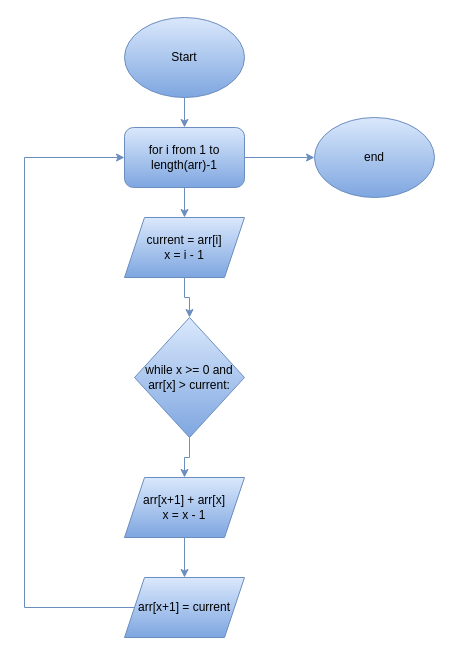
Before: insertionsortalgorithm.drawio in AjBurds/CT1Flowchart, a draw.io diagram. Source tidied: cells renumbered, new cells numbered last; positions are measured from the earlier drawing's top-left corner, leaving out a move shared by most shapes. Both pictures are drawn from the tidied source at 100%, with x=0, y=0 at pixel (24, 17).
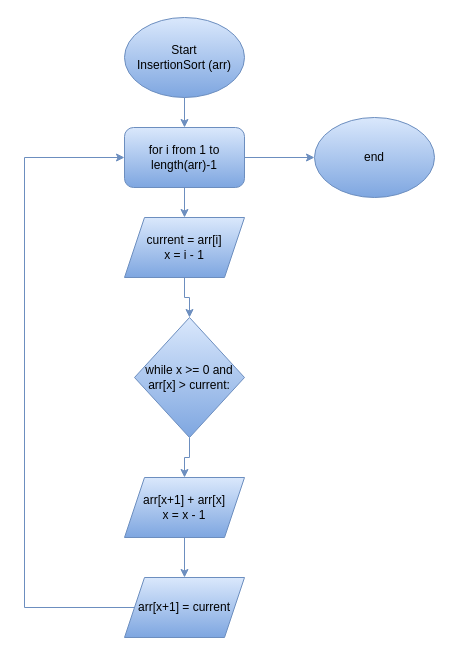
After the change.

What changed in the source:
```diff
@@
 <mxGraphModel>
   <root>
     <mxCell id="0" />
     <mxCell id="1" parent="0" />
     <mxCell id="2" style="edgeStyle=orthogonalEdgeStyle;rounded=0;jettySize=auto;html=1;fillColor=#dae8fc;gradientColor=#7ea6e0;strokeColor=#6c8ebf;" parent="1" edge="1" source="3" target="6">
       <mxGeometry relative="1" as="geometry" />
     </mxCell>
-    <mxCell id="3" value="Start" style="ellipse;whiteSpace=wrap;html=1;fillColor=#dae8fc;gradientColor=#7ea6e0;strokeColor=#6c8ebf;" parent="1" vertex="1">
+    <mxCell id="3" value="Start&lt;br&gt;InsertionSort (arr)" style="ellipse;whiteSpace=wrap;html=1;fillColor=#dae8fc;gradientColor=#7ea6e0;strokeColor=#6c8ebf;" parent="1" vertex="1">
       <mxGeometry x="100" width="120" height="80" as="geometry" />
     </mxCell>
     <mxCell id="4" style="edgeStyle=orthogonalEdgeStyle;rounded=0;jettySize=auto;html=1;fillColor=#dae8fc;gradientColor=#7ea6e0;strokeColor=#6c8ebf;" parent="1" edge="1" source="6" target="8">
       <mxGeometry relative="1" as="geometry" />
     </mxCell>
     <mxCell id="5" style="edgeStyle=orthogonalEdgeStyle;rounded=0;jettySize=auto;html=1;fillColor=#dae8fc;gradientColor=#7ea6e0;strokeColor=#6c8ebf;" parent="1" edge="1" source="6" target="15">
       <mxGeometry relative="1" as="geometry" />
     </mxCell>
     <mxCell id="6" value="for i from 1 to length(arr)-1" style="rounded=1;whiteSpace=wrap;html=1;fillColor=#dae8fc;gradientColor=#7ea6e0;strokeColor=#6c8ebf;" parent="1" vertex="1">
       <mxGeometry x="100" y="110" width="120" height="60" as="geometry" />
     </mxCell>
     <mxCell id="7" style="edgeStyle=orthogonalEdgeStyle;rounded=0;jettySize=auto;html=1;fillColor=#dae8fc;gradientColor=#7ea6e0;strokeColor=#6c8ebf;" parent="1" edge="1" source="8" target="10">
       <mxGeometry relative="1" as="geometry" />
     </mxCell>
     <mxCell id="8" value="current = arr[i]&lt;br&gt;x = i - 1" style="shape=parallelogram;perimeter=parallelogramPerimeter;whiteSpace=wrap;html=1;fixedSize=1;fillColor=#dae8fc;gradientColor=#7ea6e0;strokeColor=#6c8ebf;" parent="1" vertex="1">
       <mxGeometry x="100" y="200" width="120" height="60" as="geometry" />
     </mxCell>
     <mxCell id="9" style="edgeStyle=orthogonalEdgeStyle;rounded=0;jettySize=auto;html=1;fillColor=#dae8fc;gradientColor=#7ea6e0;strokeColor=#6c8ebf;" parent="1" edge="1" source="10" target="12">
       <mxGeometry relative="1" as="geometry" />
     </mxCell>
     <mxCell id="10" value="while x &amp;gt;= 0 and arr[x] &amp;gt; current:" style="rhombus;whiteSpace=wrap;html=1;fillColor=#dae8fc;gradientColor=#7ea6e0;strokeColor=#6c8ebf;" parent="1" vertex="1">
       <mxGeometry x="110" y="300" width="110" height="120" as="geometry" />
     </mxCell>
     <mxCell id="11" style="edgeStyle=orthogonalEdgeStyle;rounded=0;jettySize=auto;html=1;fillColor=#dae8fc;gradientColor=#7ea6e0;strokeColor=#6c8ebf;" parent="1" edge="1" source="12" target="14">
       <mxGeometry relative="1" as="geometry" />
     </mxCell>
     <mxCell id="12" value="arr[x+1] + arr[x]&lt;br&gt;x = x - 1" style="shape=parallelogram;perimeter=parallelogramPerimeter;whiteSpace=wrap;html=1;fixedSize=1;fillColor=#dae8fc;gradientColor=#7ea6e0;strokeColor=#6c8ebf;" parent="1" vertex="1">
       <mxGeometry x="100" y="460" width="120" height="60" as="geometry" />
     </mxCell>
     <mxCell id="13" style="edgeStyle=orthogonalEdgeStyle;rounded=0;jettySize=auto;html=1;entryX=0;entryY=0.5;entryDx=0;entryDy=0;fillColor=#dae8fc;gradientColor=#7ea6e0;strokeColor=#6c8ebf;" parent="1" edge="1" source="14" target="6">
       <mxGeometry relative="1" as="geometry">
         <Array as="points">
           <mxPoint y="590" />
           <mxPoint y="140" />
         </Array>
       </mxGeometry>
     </mxCell>
     <mxCell id="14" value="arr[x+1] = current" style="shape=parallelogram;perimeter=parallelogramPerimeter;whiteSpace=wrap;html=1;fixedSize=1;fillColor=#dae8fc;gradientColor=#7ea6e0;strokeColor=#6c8ebf;" parent="1" vertex="1">
       <mxGeometry x="100" y="560" width="120" height="60" as="geometry" />
     </mxCell>
     <mxCell id="15" value="end" style="ellipse;whiteSpace=wrap;html=1;fillColor=#dae8fc;gradientColor=#7ea6e0;strokeColor=#6c8ebf;" parent="1" vertex="1">
       <mxGeometry x="290" y="100" width="120" height="80" as="geometry" />
     </mxCell>
   </root>
 </mxGraphModel>
```
